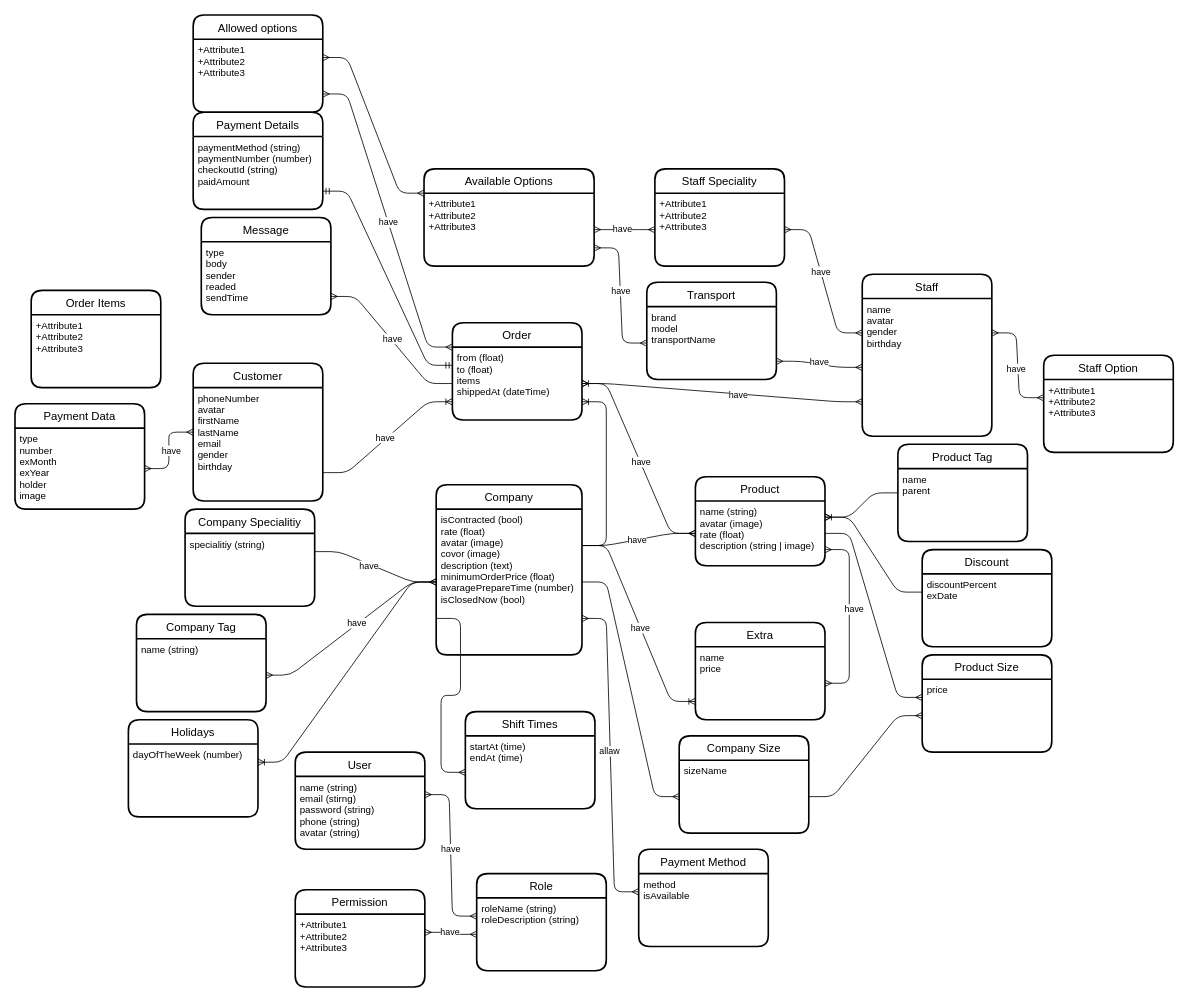
Before: page "logical model" (2 of 2) of Delibox Diagram.drawio in DELIBOXsa/delibox-ER, a draw.io diagram. Source tidied: cells renumbered, new cells numbered last; positions are measured from the earlier drawing's top-left corner, leaving out a move shared by most shapes. Both pictures are drawn from the tidied source at 81%, with x=0, y=0 at pixel (15, 15).
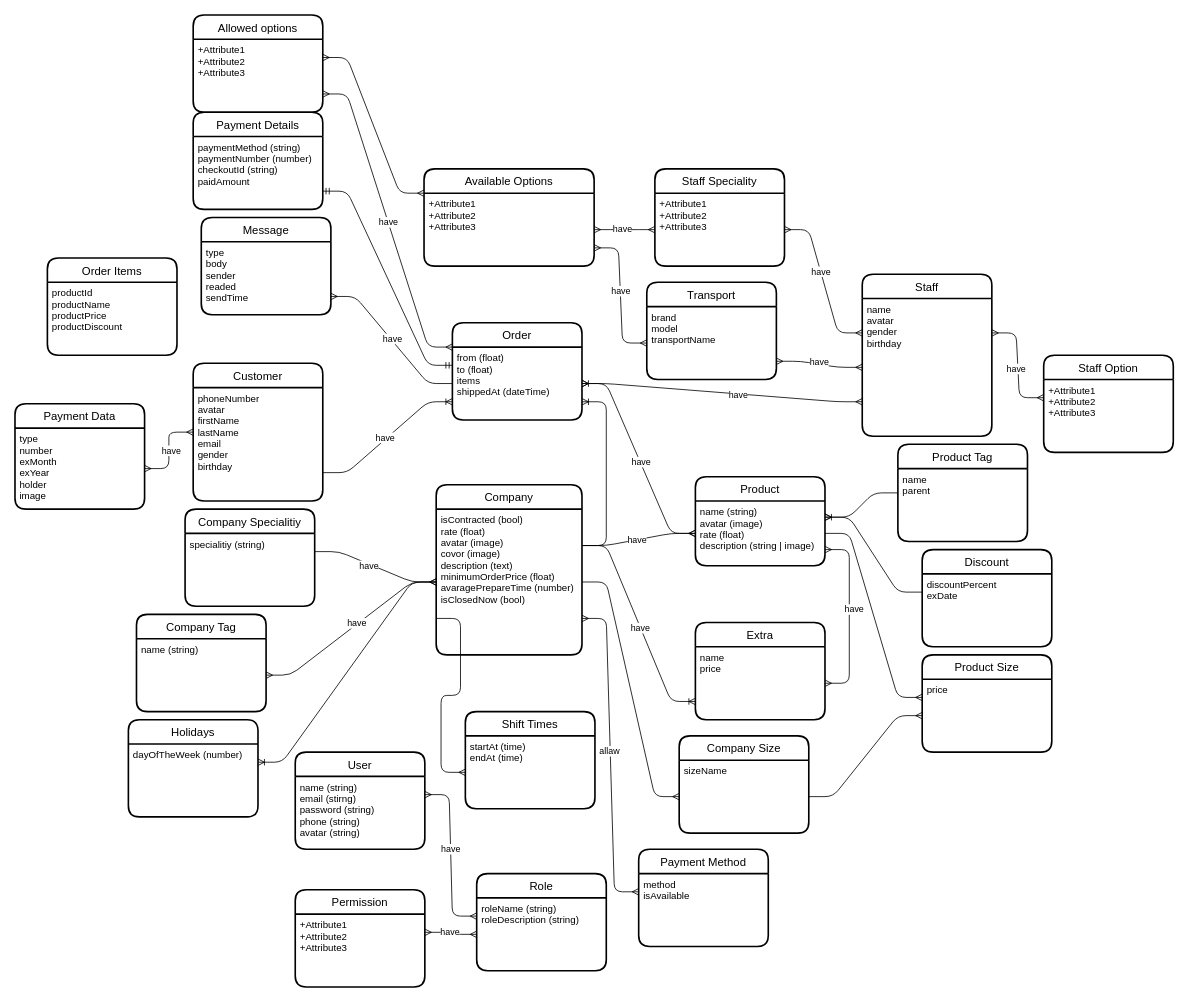
The same diagram, later.

Change to the diagram source:
```diff
@@
     <mxCell id="102" value="Order Items" style="swimlane;horizontal=1;startSize=30;rounded=1;fontSize=14;fontStyle=0;strokeWidth=2;shadow=0;dashed=0;align=center;" parent="1" vertex="1">
-      <mxGeometry x="20" y="340" width="160" height="120" as="geometry" />
+      <mxGeometry x="40" y="300" width="160" height="120" as="geometry" />
     </mxCell>
-    <mxCell id="103" value="+Attribute1&#10;+Attribute2&#10;+Attribute3" style="align=left;strokeColor=none;fillColor=none;spacingLeft=4;fontSize=12;verticalAlign=top;rounded=1;" parent="102" vertex="1">
+    <mxCell id="103" value="productId&#10;productName&#10;productPrice&#10;productDiscount&#10;" style="align=left;strokeColor=none;fillColor=none;spacingLeft=4;fontSize=12;verticalAlign=top;rounded=1;" parent="102" vertex="1">
       <mxGeometry y="30" width="160" height="90" as="geometry" />
     </mxCell>
```
